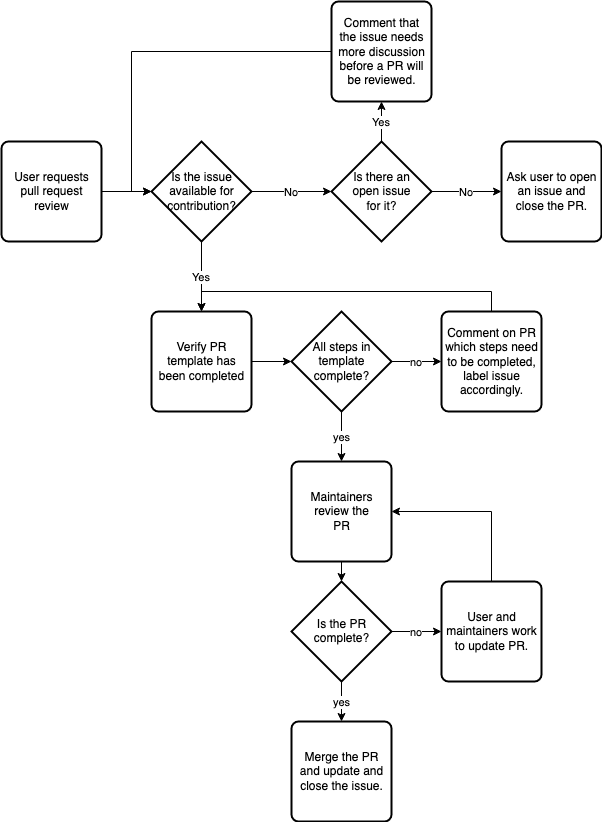
Before: proposals/contrib-guide-high-level.png, a diagram exported from draw.io (kdaily/aws-cli). Source tidied: cells renumbered, new cells last; positions are measured from the earlier drawing's top-left corner, leaving out a move shared by most shapes.
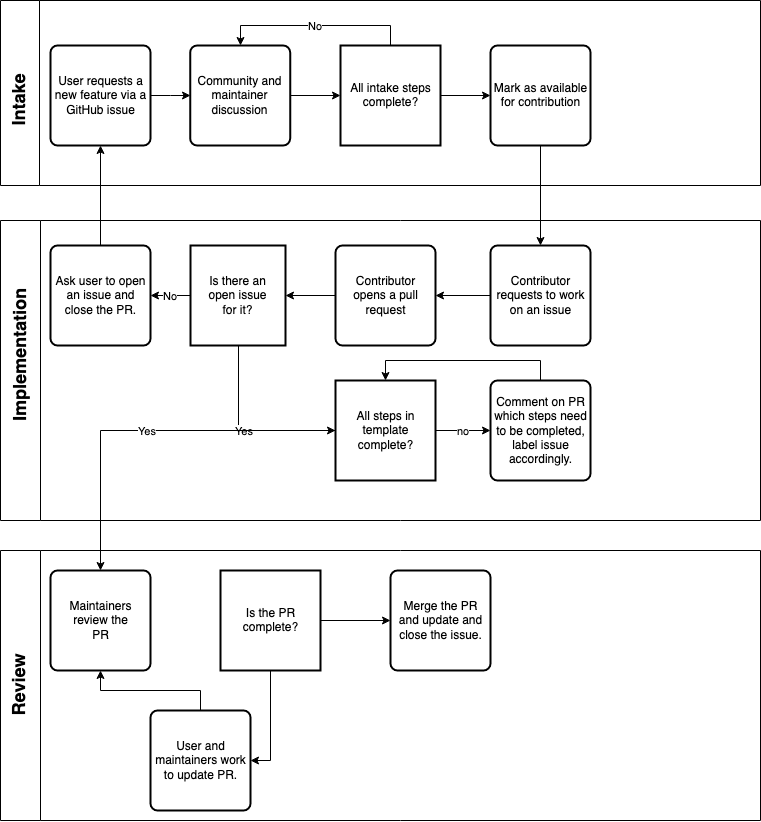
The same file after the commit.

Commit message:
add new version of figure with sections

The edit, as a diff of the source:
```diff
@@ -2,90 +2,118 @@
   <root>
     <mxCell id="0" />
     <mxCell id="1" parent="0" />
+    <mxCell id="23" style="edgeStyle=orthogonalEdgeStyle;rounded=0;orthogonalLoop=1;jettySize=auto;html=1;exitX=0.5;exitY=0;exitDx=0;exitDy=0;entryX=0.5;entryY=0;entryDx=0;entryDy=0;entryPerimeter=0;" parent="1" edge="1">
+      <mxGeometry relative="1" as="geometry">
+        <mxPoint x="490" y="720" as="sourcePoint" />
+      </mxGeometry>
+    </mxCell>
+    <mxCell id="29" style="swimlane;startSize=39;direction=north;" parent="1" vertex="1">
+      <mxGeometry x="-200" y="10" width="760" height="185" as="geometry" />
+    </mxCell>
+    <mxCell id="30" value="&lt;font style=&quot;font-size: 18px&quot;&gt;&lt;b&gt;Intake&lt;/b&gt;&lt;/font&gt;" style="text;html=1;strokeColor=none;fillColor=none;align=center;verticalAlign=middle;whiteSpace=wrap;rounded=0;rotation=-90;" parent="29" vertex="1">
+      <mxGeometry y="90" width="40" height="20" as="geometry" />
+    </mxCell>
+    <mxCell id="3" value="User requests a new feature via a GitHub issue" style="rounded=1;whiteSpace=wrap;html=1;absoluteArcSize=1;arcSize=14;strokeWidth=2;" parent="29" vertex="1">
+      <mxGeometry x="50" y="45" width="100" height="100" as="geometry" />
+    </mxCell>
+    <mxCell id="31" value="Community and maintainer discussion" style="rounded=1;whiteSpace=wrap;html=1;absoluteArcSize=1;arcSize=14;strokeWidth=2;" parent="29" vertex="1">
+      <mxGeometry x="189.7" y="45" width="100" height="100" as="geometry" />
+    </mxCell>
-    <mxCell id="2" style="edgeStyle=orthogonalEdgeStyle;rounded=0;jettySize=auto;html=1;exitX=1;exitY=0.5;exitDx=0;exitDy=0;entryX=0;entryY=0.5;entryDx=0;entryDy=0;entryPerimeter=0;" parent="1" edge="1" source="3" target="12">
+    <mxCell id="2" style="edgeStyle=orthogonalEdgeStyle;rounded=0;jettySize=auto;html=1;exitX=1;exitY=0.5;exitDx=0;exitDy=0;entryX=0;entryY=0.5;entryDx=0;entryDy=0;" parent="29" edge="1" source="3" target="31">
       <mxGeometry relative="1" as="geometry" />
     </mxCell>
-    <mxCell id="3" value="User requests pull request review" style="rounded=1;whiteSpace=wrap;html=1;absoluteArcSize=1;arcSize=14;strokeWidth=2;" parent="1" vertex="1">
-      <mxGeometry y="140" width="100" height="100" as="geometry" />
-    </mxCell>
-    <mxCell id="4" value="No" style="edgeStyle=orthogonalEdgeStyle;rounded=0;jettySize=auto;html=1;exitX=1;exitY=0.5;exitDx=0;exitDy=0;exitPerimeter=0;" parent="1" edge="1" source="6" target="7">
-      <mxGeometry relative="1" as="geometry" />
-    </mxCell>
+    <mxCell id="32" value="No" style="edgeStyle=orthogonalEdgeStyle;rounded=0;jettySize=auto;html=1;exitX=0.5;exitY=0;exitDx=0;exitDy=0;exitPerimeter=0;entryX=0.5;entryY=0;entryDx=0;entryDy=0;" parent="29" edge="1" source="12" target="31">
+      <mxGeometry relative="1" as="geometry" />
+    </mxCell>
+    <mxCell id="33" style="edgeStyle=orthogonalEdgeStyle;rounded=0;jettySize=auto;html=1;entryX=0;entryY=0.5;entryDx=0;entryDy=0;" parent="29" edge="1" source="12" target="35">
+      <mxGeometry relative="1" as="geometry" />
+    </mxCell>
+    <mxCell id="12" value="All intake steps complete?" style="strokeWidth=2;html=1;shape=mxgraph.flowchart.decision;whiteSpace=wrap;" parent="29" vertex="1">
+      <mxGeometry x="340" y="45" width="100" height="100" as="geometry" />
+    </mxCell>
+    <mxCell id="34" style="edgeStyle=orthogonalEdgeStyle;rounded=0;jettySize=auto;html=1;entryX=0;entryY=0.5;entryDx=0;entryDy=0;entryPerimeter=0;" parent="29" edge="1" source="31" target="12">
+      <mxGeometry relative="1" as="geometry" />
+    </mxCell>
+    <mxCell id="35" value="Mark as available for contribution" style="rounded=1;whiteSpace=wrap;html=1;absoluteArcSize=1;arcSize=14;strokeWidth=2;" parent="29" vertex="1">
+      <mxGeometry x="490" y="45" width="100" height="100" as="geometry" />
+    </mxCell>
+    <mxCell id="36" style="swimlane;startSize=40;direction=north;" parent="1" vertex="1">
+      <mxGeometry x="-200" y="230" width="760" height="300" as="geometry" />
+    </mxCell>
+    <mxCell id="37" value="&lt;font style=&quot;font-size: 18px&quot;&gt;&lt;b&gt;Implementation&lt;/b&gt;&lt;/font&gt;" style="text;html=1;strokeColor=none;fillColor=none;align=center;verticalAlign=middle;whiteSpace=wrap;rounded=0;rotation=-90;" parent="36" vertex="1">
+      <mxGeometry y="125" width="40" height="20" as="geometry" />
+    </mxCell>
-    <mxCell id="5" value="&lt;div&gt;Yes&lt;/div&gt;" style="edgeStyle=orthogonalEdgeStyle;rounded=0;jettySize=auto;html=1;" parent="1" edge="1" source="6" target="14">
+    <mxCell id="5" value="&lt;div&gt;Yes&lt;/div&gt;" style="edgeStyle=orthogonalEdgeStyle;rounded=0;jettySize=auto;html=1;entryX=0;entryY=0.5;entryDx=0;entryDy=0;entryPerimeter=0;exitX=0.5;exitY=1;exitDx=0;exitDy=0;exitPerimeter=0;" parent="36" edge="1" source="6" target="17">
       <mxGeometry relative="1" as="geometry" />
     </mxCell>
-    <mxCell id="6" value="&lt;div&gt;Is there an&lt;/div&gt;&lt;div&gt;open issue&lt;/div&gt;&lt;div&gt;for it?&lt;/div&gt;" style="strokeWidth=2;html=1;shape=mxgraph.flowchart.decision;whiteSpace=wrap;" parent="1" vertex="1">
-      <mxGeometry x="330" y="140" width="100" height="100" as="geometry" />
+    <mxCell id="6" value="&lt;div&gt;Is there an&lt;/div&gt;&lt;div&gt;open issue&lt;/div&gt;&lt;div&gt;for it?&lt;/div&gt;" style="strokeWidth=2;html=1;shape=mxgraph.flowchart.decision;whiteSpace=wrap;" parent="36" vertex="1">
+      <mxGeometry x="190" y="25" width="95" height="100" as="geometry" />
     </mxCell>
+    <mxCell id="38" style="edgeStyle=orthogonalEdgeStyle;rounded=0;jettySize=auto;html=1;" parent="36" edge="1" source="39" target="41">
+      <mxGeometry relative="1" as="geometry" />
+    </mxCell>
+    <mxCell id="39" value="Contributor requests to work on an issue" style="rounded=1;whiteSpace=wrap;html=1;absoluteArcSize=1;arcSize=14;strokeWidth=2;" parent="36" vertex="1">
+      <mxGeometry x="490" y="25" width="100" height="100" as="geometry" />
+    </mxCell>
+    <mxCell id="40" style="edgeStyle=orthogonalEdgeStyle;rounded=0;jettySize=auto;html=1;entryX=1;entryY=0.5;entryDx=0;entryDy=0;entryPerimeter=0;" parent="36" edge="1" source="41" target="6">
+      <mxGeometry relative="1" as="geometry" />
+    </mxCell>
+    <mxCell id="41" value="Contributor opens a pull request" style="rounded=1;whiteSpace=wrap;html=1;absoluteArcSize=1;arcSize=14;strokeWidth=2;" parent="36" vertex="1">
+      <mxGeometry x="335" y="25" width="100" height="100" as="geometry" />
+    </mxCell>
+    <mxCell id="17" value="All steps in template complete?" style="strokeWidth=2;html=1;shape=mxgraph.flowchart.decision;whiteSpace=wrap;" parent="36" vertex="1">
+      <mxGeometry x="335" y="160" width="100" height="100" as="geometry" />
+    </mxCell>
+    <mxCell id="42" style="edgeStyle=orthogonalEdgeStyle;rounded=0;jettySize=auto;html=1;exitX=0.5;exitY=0;exitDx=0;exitDy=0;entryX=0.5;entryY=0;entryDx=0;entryDy=0;entryPerimeter=0;" parent="36" edge="1" source="19" target="17">
+      <mxGeometry relative="1" as="geometry" />
+    </mxCell>
+    <mxCell id="19" value="Comment on PR which steps need to be completed, label issue accordingly." style="rounded=1;whiteSpace=wrap;html=1;absoluteArcSize=1;arcSize=14;strokeWidth=2;" parent="36" vertex="1">
+      <mxGeometry x="490" y="160" width="100" height="100" as="geometry" />
+    </mxCell>
+    <mxCell id="16" value="no" style="edgeStyle=orthogonalEdgeStyle;rounded=0;jettySize=auto;html=1;entryX=0;entryY=0.5;entryDx=0;entryDy=0;" parent="36" edge="1" source="17" target="19">
+      <mxGeometry relative="1" as="geometry" />
+    </mxCell>
-    <mxCell id="7" value="Ask user to open an issue and close the PR. " style="rounded=1;whiteSpace=wrap;html=1;absoluteArcSize=1;arcSize=14;strokeWidth=2;" parent="1" vertex="1">
-      <mxGeometry x="500" y="140" width="100" height="100" as="geometry" />
+    <mxCell id="7" value="Ask user to open an issue and close the PR. " style="rounded=1;whiteSpace=wrap;html=1;absoluteArcSize=1;arcSize=14;strokeWidth=2;" parent="36" vertex="1">
+      <mxGeometry x="50" y="25" width="100" height="100" as="geometry" />
     </mxCell>
-    <mxCell id="8" style="edgeStyle=orthogonalEdgeStyle;rounded=0;jettySize=auto;html=1;" parent="1" edge="1" source="9" target="17">
-      <mxGeometry relative="1" as="geometry" />
-    </mxCell>
-    <mxCell id="9" value="Verify PR template has been completed" style="rounded=1;whiteSpace=wrap;html=1;absoluteArcSize=1;arcSize=14;strokeWidth=2;" parent="1" vertex="1">
-      <mxGeometry x="150" y="310" width="100" height="100" as="geometry" />
-    </mxCell>
-    <mxCell id="10" value="Yes" style="edgeStyle=orthogonalEdgeStyle;rounded=0;jettySize=auto;html=1;exitX=0.5;exitY=1;exitDx=0;exitDy=0;exitPerimeter=0;entryX=0.5;entryY=0;entryDx=0;entryDy=0;" parent="1" edge="1" source="12" target="9">
-      <mxGeometry relative="1" as="geometry" />
-    </mxCell>
-    <mxCell id="11" value="No" style="edgeStyle=orthogonalEdgeStyle;rounded=0;jettySize=auto;html=1;exitX=1;exitY=0.5;exitDx=0;exitDy=0;exitPerimeter=0;entryX=0;entryY=0.5;entryDx=0;entryDy=0;entryPerimeter=0;" parent="1" edge="1" source="12" target="6">
-      <mxGeometry relative="1" as="geometry" />
-    </mxCell>
-    <mxCell id="12" value="Is the issue available for contribution?" style="strokeWidth=2;html=1;shape=mxgraph.flowchart.decision;whiteSpace=wrap;" parent="1" vertex="1">
-      <mxGeometry x="150" y="140" width="100" height="100" as="geometry" />
-    </mxCell>
-    <mxCell id="13" style="edgeStyle=orthogonalEdgeStyle;rounded=0;jettySize=auto;html=1;exitX=0;exitY=0.5;exitDx=0;exitDy=0;entryX=0;entryY=0.5;entryDx=0;entryDy=0;entryPerimeter=0;" parent="1" edge="1" source="14" target="12">
-      <mxGeometry relative="1" as="geometry" />
-    </mxCell>
-    <mxCell id="14" value="Comment that the issue needs more discussion before a PR will be reviewed." style="rounded=1;whiteSpace=wrap;html=1;absoluteArcSize=1;arcSize=14;strokeWidth=2;" parent="1" vertex="1">
-      <mxGeometry x="330" width="100" height="100" as="geometry" />
-    </mxCell>
-    <mxCell id="15" value="yes" style="edgeStyle=orthogonalEdgeStyle;rounded=0;jettySize=auto;html=1;entryX=0.5;entryY=0;entryDx=0;entryDy=0;" parent="1" edge="1" source="17" target="28">
-      <mxGeometry relative="1" as="geometry" />
-    </mxCell>
-    <mxCell id="16" value="no" style="edgeStyle=orthogonalEdgeStyle;rounded=0;jettySize=auto;html=1;entryX=0;entryY=0.5;entryDx=0;entryDy=0;" parent="1" edge="1" source="17" target="19">
-      <mxGeometry relative="1" as="geometry" />
-    </mxCell>
-    <mxCell id="17" value="All steps in template complete?" style="strokeWidth=2;html=1;shape=mxgraph.flowchart.decision;whiteSpace=wrap;" parent="1" vertex="1">
-      <mxGeometry x="290" y="310" width="100" height="100" as="geometry" />
-    </mxCell>
-    <mxCell id="18" style="edgeStyle=orthogonalEdgeStyle;rounded=0;jettySize=auto;html=1;entryX=0.5;entryY=0;entryDx=0;entryDy=0;exitX=0.5;exitY=0;exitDx=0;exitDy=0;" parent="1" edge="1" source="19" target="9">
-      <mxGeometry relative="1" as="geometry" />
-    </mxCell>
-    <mxCell id="19" value="Comment on PR which steps need to be completed, label issue accordingly." style="rounded=1;whiteSpace=wrap;html=1;absoluteArcSize=1;arcSize=14;strokeWidth=2;" parent="1" vertex="1">
-      <mxGeometry x="440" y="310" width="100" height="100" as="geometry" />
-    </mxCell>
-    <mxCell id="20" value="yes" style="edgeStyle=orthogonalEdgeStyle;rounded=0;jettySize=auto;html=1;exitX=0.5;exitY=1;exitDx=0;exitDy=0;exitPerimeter=0;" parent="1" edge="1" source="22">
-      <mxGeometry relative="1" as="geometry">
-        <mxPoint x="340" y="720" as="targetPoint" />
-      </mxGeometry>
-    </mxCell>
+    <mxCell id="4" value="No" style="edgeStyle=orthogonalEdgeStyle;rounded=0;jettySize=auto;html=1;exitX=0;exitY=0.5;exitDx=0;exitDy=0;exitPerimeter=0;entryX=1;entryY=0.5;entryDx=0;entryDy=0;" parent="36" edge="1" source="6" target="7">
+      <mxGeometry relative="1" as="geometry" />
+    </mxCell>
+    <mxCell id="43" style="swimlane;startSize=40;direction=north;" parent="1" vertex="1">
+      <mxGeometry x="-200" y="560" width="760" height="270" as="geometry" />
+    </mxCell>
+    <mxCell id="44" value="&lt;font style=&quot;font-size: 18px&quot;&gt;&lt;b&gt;Review&lt;/b&gt;&lt;/font&gt;" style="text;html=1;strokeColor=none;fillColor=none;align=center;verticalAlign=middle;whiteSpace=wrap;rounded=0;rotation=-90;" parent="43" vertex="1">
+      <mxGeometry y="125" width="40" height="20" as="geometry" />
+    </mxCell>
+    <mxCell id="28" value="&lt;div&gt;Maintainers review the&lt;/div&gt;&lt;div&gt;PR&lt;br&gt;&lt;/div&gt;" style="rounded=1;whiteSpace=wrap;html=1;absoluteArcSize=1;arcSize=14;strokeWidth=2;" parent="43" vertex="1">
+      <mxGeometry x="50" y="20" width="100" height="100" as="geometry" />
+    </mxCell>
-    <mxCell id="21" value="no" style="edgeStyle=orthogonalEdgeStyle;rounded=0;jettySize=auto;html=1;exitX=1;exitY=0.5;exitDx=0;exitDy=0;exitPerimeter=0;entryX=0;entryY=0.5;entryDx=0;entryDy=0;" parent="1" edge="1" source="22" target="27">
+    <mxCell id="21" style="edgeStyle=orthogonalEdgeStyle;rounded=0;jettySize=auto;html=1;entryX=1;entryY=0.5;entryDx=0;entryDy=0;" parent="43" edge="1" source="22" target="27">
       <mxGeometry relative="1" as="geometry" />
     </mxCell>
+    <mxCell id="45" style="edgeStyle=orthogonalEdgeStyle;rounded=0;jettySize=auto;html=1;entryX=0;entryY=0.5;entryDx=0;entryDy=0;" parent="43" edge="1" source="22" target="24">
+      <mxGeometry relative="1" as="geometry" />
+    </mxCell>
-    <mxCell id="22" value="Is the PR complete?" style="strokeWidth=2;html=1;shape=mxgraph.flowchart.decision;whiteSpace=wrap;" parent="1" vertex="1">
-      <mxGeometry x="290" y="580" width="100" height="100" as="geometry" />
+    <mxCell id="22" value="Is the PR complete?" style="strokeWidth=2;html=1;shape=mxgraph.flowchart.decision;whiteSpace=wrap;" parent="43" vertex="1">
+      <mxGeometry x="220" y="20" width="100" height="100" as="geometry" />
     </mxCell>
-    <mxCell id="23" style="edgeStyle=orthogonalEdgeStyle;rounded=0;orthogonalLoop=1;jettySize=auto;html=1;exitX=0.5;exitY=0;exitDx=0;exitDy=0;entryX=0.5;entryY=0;entryDx=0;entryDy=0;entryPerimeter=0;" parent="1" edge="1">
-      <mxGeometry relative="1" as="geometry">
-        <mxPoint x="490" y="720" as="sourcePoint" />
-      </mxGeometry>
-    </mxCell>
-    <mxCell id="24" value="Merge the PR and update and close the issue." style="rounded=1;whiteSpace=wrap;html=1;absoluteArcSize=1;arcSize=14;strokeWidth=2;" parent="1" vertex="1">
-      <mxGeometry x="290" y="720" width="100" height="100" as="geometry" />
-    </mxCell>
-    <mxCell id="25" style="edgeStyle=orthogonalEdgeStyle;rounded=0;jettySize=auto;html=1;entryX=0.5;entryY=0;entryDx=0;entryDy=0;entryPerimeter=0;exitX=0.5;exitY=1;exitDx=0;exitDy=0;" parent="1" edge="1" source="28" target="22">
-      <mxGeometry relative="1" as="geometry" />
-    </mxCell>
-    <mxCell id="26" style="edgeStyle=orthogonalEdgeStyle;rounded=0;jettySize=auto;html=1;entryX=1;entryY=0.5;entryDx=0;entryDy=0;exitX=0.5;exitY=0;exitDx=0;exitDy=0;" parent="1" edge="1" source="27" target="28">
+    <mxCell id="26" style="edgeStyle=orthogonalEdgeStyle;rounded=0;jettySize=auto;html=1;entryX=0.5;entryY=1;entryDx=0;entryDy=0;" parent="43" edge="1" source="27" target="28">
       <mxGeometry relative="1" as="geometry" />
     </mxCell>
-    <mxCell id="27" value="User and maintainers work to update PR." style="rounded=1;whiteSpace=wrap;html=1;absoluteArcSize=1;arcSize=14;strokeWidth=2;" parent="1" vertex="1">
-      <mxGeometry x="440" y="580" width="100" height="100" as="geometry" />
+    <mxCell id="27" value="User and maintainers work to update PR." style="rounded=1;whiteSpace=wrap;html=1;absoluteArcSize=1;arcSize=14;strokeWidth=2;" parent="43" vertex="1">
+      <mxGeometry x="150" y="160" width="100" height="100" as="geometry" />
     </mxCell>
-    <mxCell id="28" value="&lt;div&gt;Maintainers review the&lt;/div&gt;&lt;div&gt;PR&lt;br&gt;&lt;/div&gt;" style="rounded=1;whiteSpace=wrap;html=1;absoluteArcSize=1;arcSize=14;strokeWidth=2;" parent="1" vertex="1">
-      <mxGeometry x="290" y="460" width="100" height="100" as="geometry" />
-    </mxCell>
+    <mxCell id="24" value="Merge the PR and update and close the issue." style="rounded=1;whiteSpace=wrap;html=1;absoluteArcSize=1;arcSize=14;strokeWidth=2;" parent="43" vertex="1">
+      <mxGeometry x="390" y="20" width="100" height="100" as="geometry" />
+    </mxCell>
+    <mxCell id="46" style="edgeStyle=orthogonalEdgeStyle;rounded=0;jettySize=auto;html=1;exitX=0.5;exitY=0;exitDx=0;exitDy=0;entryX=0.5;entryY=1;entryDx=0;entryDy=0;" parent="1" edge="1" source="7" target="3">
+      <mxGeometry relative="1" as="geometry" />
+    </mxCell>
+    <mxCell id="47" style="edgeStyle=orthogonalEdgeStyle;rounded=0;jettySize=auto;html=1;entryX=0.5;entryY=0;entryDx=0;entryDy=0;" parent="1" edge="1" source="35" target="39">
+      <mxGeometry relative="1" as="geometry" />
+    </mxCell>
+    <mxCell id="10" value="Yes" style="edgeStyle=orthogonalEdgeStyle;rounded=0;jettySize=auto;html=1;entryX=0.5;entryY=0;entryDx=0;entryDy=0;" parent="1" edge="1" source="17" target="28">
+      <mxGeometry relative="1" as="geometry" />
+    </mxCell>
   </root>
 </mxGraphModel>
```
